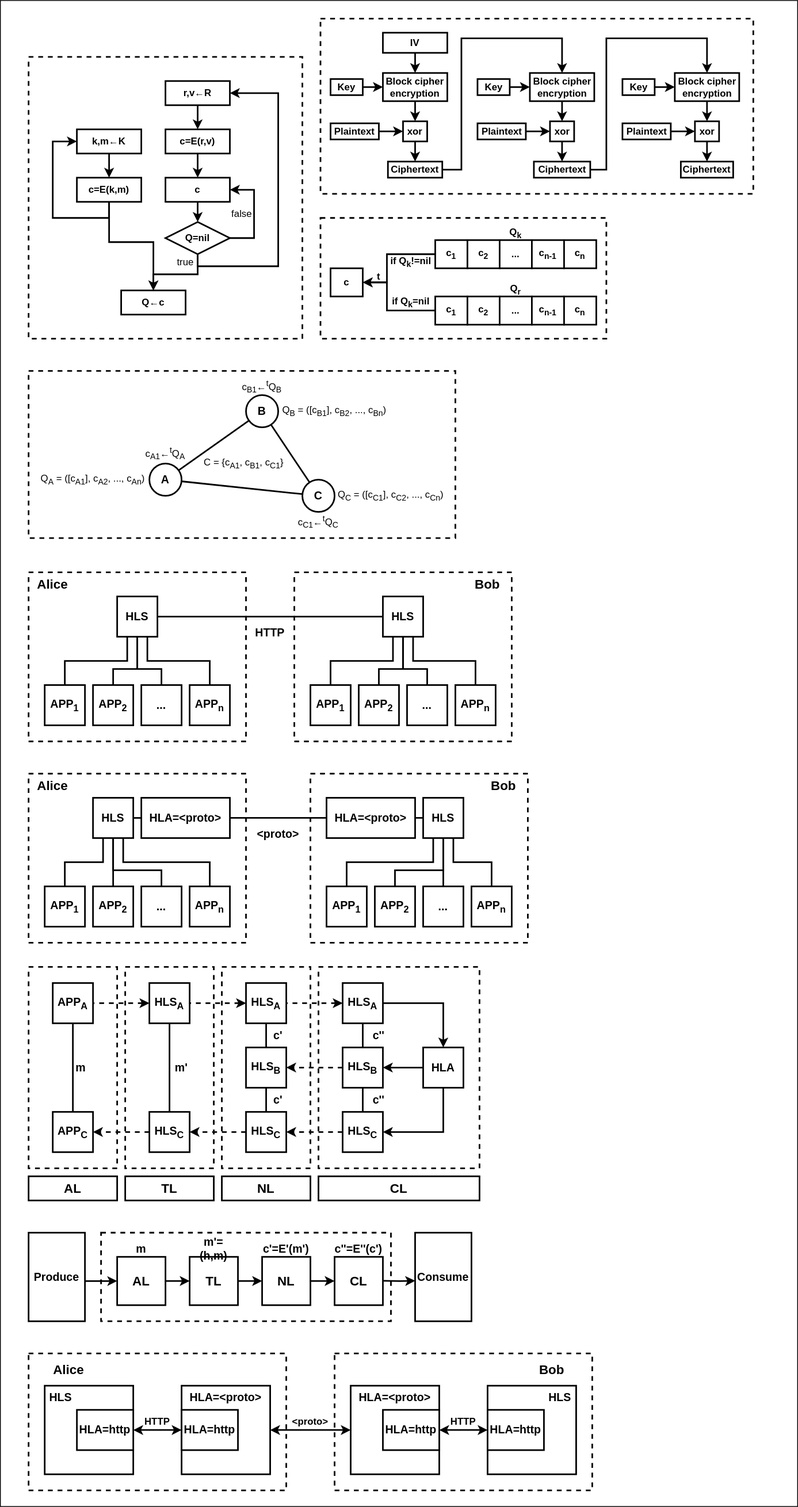
Above: docs/hidden_lake_anonymous_network_scheme.svg in number571/hidden-lake (draw.io), before the change. Source tidied: cells renumbered, new cells last; positions are measured from the earlier drawing's top-left corner, leaving out a move shared by most shapes.
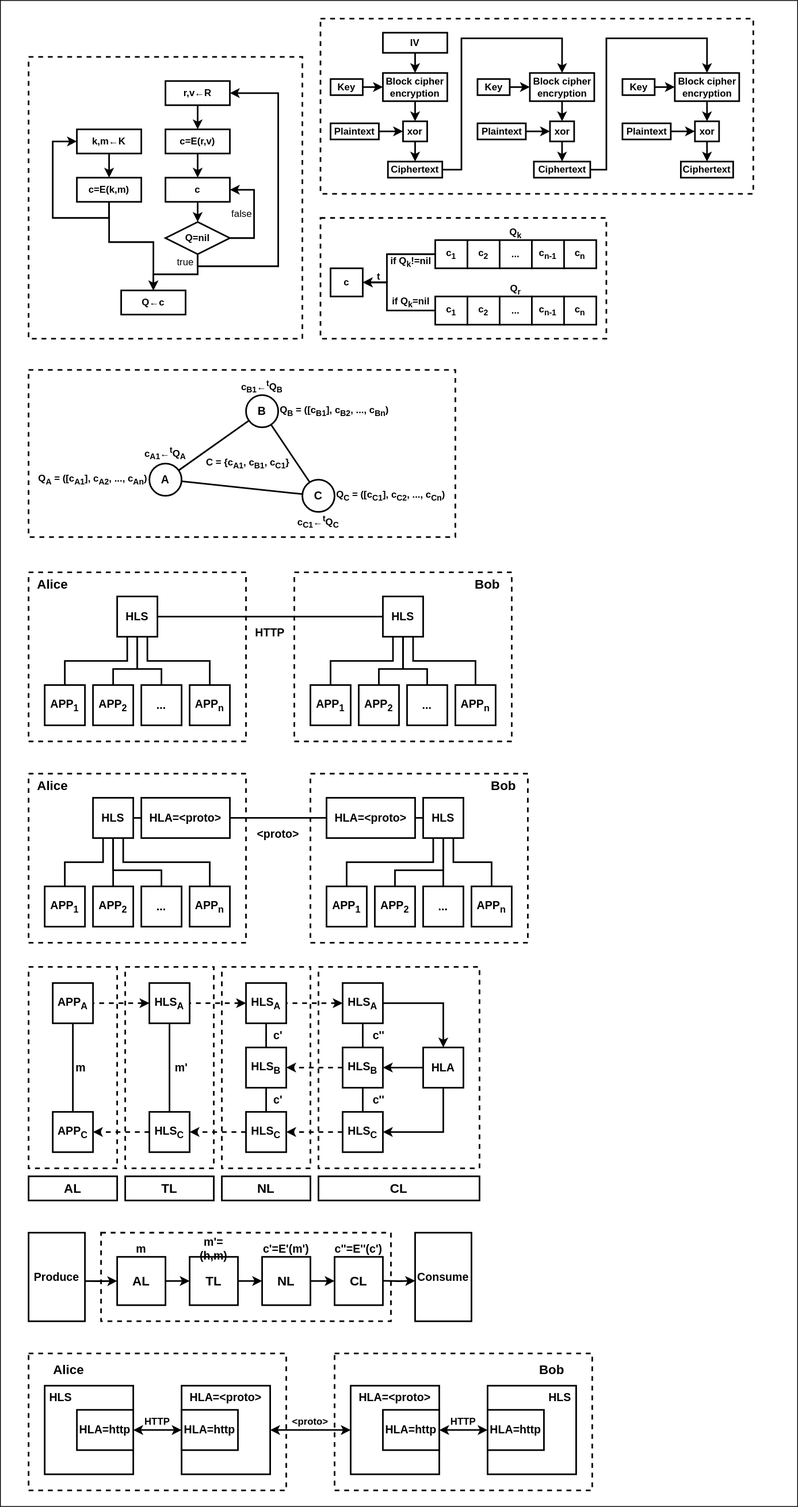
After the change.

The edit, as a diff of the source:
```diff
@@ -2,8 +2,10 @@
   <root>
     <mxCell id="0" />
     <mxCell id="1" parent="0" />
-    <mxCell id="2" style="rounded=0;jettySize=auto;html=1;strokeWidth=2;endArrow=none;endFill=0;" parent="1" edge="1" source="4" target="7">
-      <mxGeometry relative="1" as="geometry" />
+    <mxCell id="2" style="rounded=0;jettySize=auto;html=1;strokeWidth=2;endArrow=none;endFill=0;" parent="1" edge="1" source="4">
+      <mxGeometry relative="1" as="geometry">
+        <mxPoint x="384" y="598" as="targetPoint" />
+      </mxGeometry>
     </mxCell>
     <mxCell id="3" style="rounded=0;jettySize=auto;html=1;strokeWidth=2;endArrow=none;endFill=0;" parent="1" edge="1" source="4" target="6">
       <mxGeometry relative="1" as="geometry" />
@@ -20,25 +22,25 @@
     <mxCell id="7" value="&lt;b&gt;&lt;font style=&quot;font-size: 14px;&quot;&gt;C&lt;/font&gt;&lt;/b&gt;" style="ellipse;whiteSpace=wrap;html=1;strokeWidth=2;" parent="1" vertex="1">
       <mxGeometry x="375" y="595" width="40" height="40" as="geometry" />
     </mxCell>
-    <mxCell id="8" value="Q&lt;sub&gt;A&lt;/sub&gt; = ([c&lt;sub&gt;A1&lt;/sub&gt;], c&lt;sub&gt;A2&lt;/sub&gt;, ..., c&lt;sub&gt;An&lt;/sub&gt;)" style="text;html=1;align=center;verticalAlign=middle;whiteSpace=wrap;rounded=0;" parent="1" vertex="1">
+    <mxCell id="8" value="&lt;b&gt;Q&lt;sub&gt;A&lt;/sub&gt; = ([c&lt;sub&gt;A1&lt;/sub&gt;], c&lt;sub&gt;A2&lt;/sub&gt;, ..., c&lt;sub&gt;An&lt;/sub&gt;)&lt;/b&gt;" style="text;html=1;align=center;verticalAlign=middle;whiteSpace=wrap;rounded=0;" parent="1" vertex="1">
       <mxGeometry x="45" y="580" width="140" height="30" as="geometry" />
     </mxCell>
-    <mxCell id="9" value="Q&lt;sub&gt;C&lt;/sub&gt; = ([c&lt;sub&gt;C1&lt;/sub&gt;], c&lt;sub&gt;C2&lt;/sub&gt;, ..., c&lt;sub&gt;Cn&lt;/sub&gt;)" style="text;html=1;align=center;verticalAlign=middle;whiteSpace=wrap;rounded=0;" parent="1" vertex="1">
+    <mxCell id="9" value="&lt;b&gt;Q&lt;sub&gt;C&lt;/sub&gt; = ([c&lt;sub&gt;C1&lt;/sub&gt;], c&lt;sub&gt;C2&lt;/sub&gt;, ..., c&lt;sub&gt;Cn&lt;/sub&gt;)&lt;/b&gt;" style="text;html=1;align=center;verticalAlign=middle;whiteSpace=wrap;rounded=0;" parent="1" vertex="1">
       <mxGeometry x="415" y="600" width="140" height="30" as="geometry" />
     </mxCell>
-    <mxCell id="10" value="Q&lt;sub&gt;B&lt;/sub&gt; = ([c&lt;sub&gt;B1&lt;/sub&gt;], c&lt;sub&gt;B2&lt;/sub&gt;, ..., c&lt;sub&gt;Bn&lt;/sub&gt;)" style="text;html=1;align=center;verticalAlign=middle;whiteSpace=wrap;rounded=0;" parent="1" vertex="1">
+    <mxCell id="10" value="&lt;b&gt;Q&lt;sub&gt;B&lt;/sub&gt; = ([c&lt;sub&gt;B1&lt;/sub&gt;], c&lt;sub&gt;B2&lt;/sub&gt;, ..., c&lt;sub&gt;Bn&lt;/sub&gt;)&lt;/b&gt;" style="text;html=1;align=center;verticalAlign=middle;whiteSpace=wrap;rounded=0;" parent="1" vertex="1">
       <mxGeometry x="345" y="495" width="140" height="30" as="geometry" />
     </mxCell>
-    <mxCell id="11" value="C = {c&lt;sub&gt;A1&lt;/sub&gt;, c&lt;sub&gt;B1&lt;/sub&gt;, c&lt;sub&gt;C1&lt;/sub&gt;}" style="text;html=1;align=center;verticalAlign=middle;whiteSpace=wrap;rounded=0;" parent="1" vertex="1">
-      <mxGeometry x="250" y="560" width="105" height="30" as="geometry" />
+    <mxCell id="11" value="&lt;b&gt;C = {c&lt;sub&gt;A1&lt;/sub&gt;, c&lt;sub&gt;B1&lt;/sub&gt;, c&lt;sub&gt;C1&lt;/sub&gt;}&lt;/b&gt;" style="text;html=1;align=center;verticalAlign=middle;whiteSpace=wrap;rounded=0;" parent="1" vertex="1">
+      <mxGeometry x="250" y="560" width="115" height="30" as="geometry" />
     </mxCell>
-    <mxCell id="12" value="c&lt;sub&gt;A1&lt;/sub&gt;←&lt;sup&gt;t&lt;/sup&gt;Q&lt;sub&gt;A&lt;/sub&gt;" style="text;html=1;align=center;verticalAlign=middle;whiteSpace=wrap;rounded=0;" parent="1" vertex="1">
+    <mxCell id="12" value="&lt;b&gt;c&lt;sub&gt;A1&lt;/sub&gt;←&lt;sup&gt;t&lt;/sup&gt;Q&lt;sub&gt;A&lt;/sub&gt;&lt;/b&gt;" style="text;html=1;align=center;verticalAlign=middle;whiteSpace=wrap;rounded=0;" parent="1" vertex="1">
       <mxGeometry x="175" y="550" width="60" height="25" as="geometry" />
     </mxCell>
-    <mxCell id="13" value="c&lt;sub&gt;B1&lt;/sub&gt;←&lt;sup&gt;t&lt;/sup&gt;Q&lt;sub&gt;B&lt;/sub&gt;" style="text;html=1;align=center;verticalAlign=middle;whiteSpace=wrap;rounded=0;" parent="1" vertex="1">
+    <mxCell id="13" value="&lt;b&gt;c&lt;sub&gt;B1&lt;/sub&gt;←&lt;sup&gt;t&lt;/sup&gt;Q&lt;sub&gt;B&lt;/sub&gt;&lt;/b&gt;" style="text;html=1;align=center;verticalAlign=middle;whiteSpace=wrap;rounded=0;" parent="1" vertex="1">
       <mxGeometry x="295" y="470" width="60" height="20" as="geometry" />
     </mxCell>
-    <mxCell id="14" value="c&lt;sub&gt;C1&lt;/sub&gt;←&lt;sup&gt;t&lt;/sup&gt;Q&lt;sub&gt;C&lt;/sub&gt;" style="text;html=1;align=center;verticalAlign=middle;whiteSpace=wrap;rounded=0;" parent="1" vertex="1">
+    <mxCell id="14" value="&lt;b&gt;c&lt;sub&gt;C1&lt;/sub&gt;←&lt;sup&gt;t&lt;/sup&gt;Q&lt;sub&gt;C&lt;/sub&gt;&lt;/b&gt;" style="text;html=1;align=center;verticalAlign=middle;whiteSpace=wrap;rounded=0;" parent="1" vertex="1">
       <mxGeometry x="365" y="635" width="60" height="25" as="geometry" />
     </mxCell>
     <mxCell id="15" style="edgeStyle=orthogonalEdgeStyle;rounded=0;jettySize=auto;html=1;exitX=1;exitY=0.5;exitDx=0;exitDy=0;entryX=0;entryY=0.5;entryDx=0;entryDy=0;endArrow=none;endFill=0;strokeWidth=2;" parent="1" edge="1" source="16" target="25">
@@ -481,7 +483,7 @@
       <mxGeometry x="655" y="1680" width="60" height="40" as="geometry" />
     </mxCell>
     <mxCell id="147" style="rounded=0;whiteSpace=wrap;html=1;fillColor=none;strokeWidth=2;dashed=1;" parent="1" vertex="1">
-      <mxGeometry x="35" y="460" width="530" height="207.5" as="geometry" />
+      <mxGeometry x="35" y="458.8" width="530" height="207.5" as="geometry" />
     </mxCell>
     <mxCell id="148" style="edgeStyle=orthogonalEdgeStyle;rounded=0;jettySize=auto;html=1;exitX=0.5;exitY=1;exitDx=0;exitDy=0;entryX=0.5;entryY=0;entryDx=0;entryDy=0;strokeWidth=2;" parent="1" edge="1" source="151" target="150">
       <mxGeometry relative="1" as="geometry" />
```
